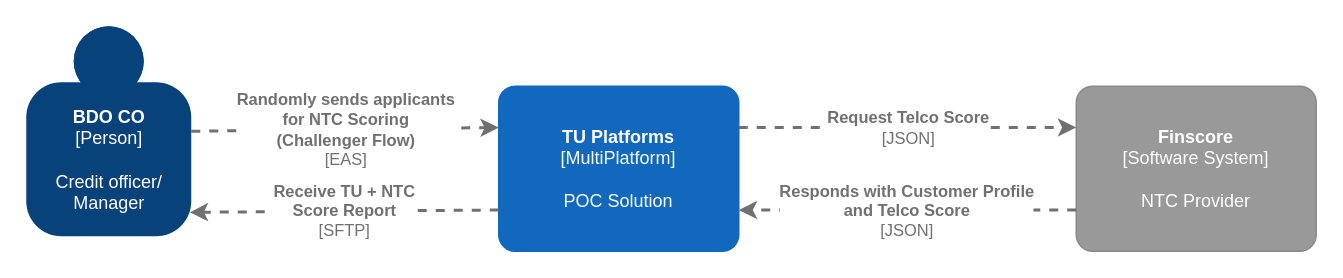
Earlier version of the draw.io diagram page "Context Diagram" (1 of 2) of BDO-NTC-EAS.drawio (howardleev/c4-draw.io). Source tidied: cells renumbered, new cells numbered last; positions are measured from the earlier drawing's top-left corner, leaving out a move shared by most shapes. Both pictures are drawn from the tidied source at 150%, with x=0, y=0 at pixel (26, 26).
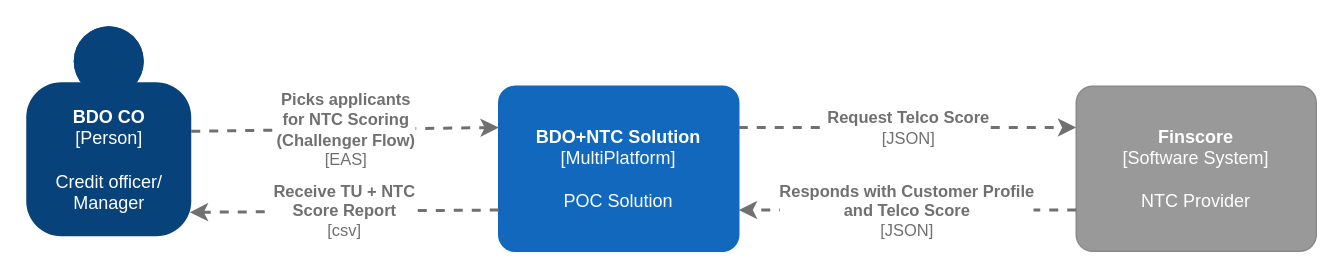
The same page after the edit.

Diff of the diagram source:
```diff
@@
 <mxGraphModel>
   <root>
     <mxCell id="0" />
     <mxCell id="1" parent="0" />
     <object id="2" label="&lt;b&gt;%c4Name%&lt;/b&gt;&lt;div&gt;[%c4Type%]&lt;/div&gt;&lt;br&gt;&lt;div&gt;%c4Description%&lt;/div&gt;" c4Description="Credit officer/&#10;Manager" c4Name="BDO CO" c4Type="Person" placeholders="1">
       <mxCell style="html=1;dashed=0;whitespace=wrap;fillColor=#08427b;strokeColor=none;fontColor=#ffffff;shape=mxgraph.c4.person;align=center;points=[[0.5,0,0],[1,0.5,0],[1,0.75,0],[0.75,1,0],[0.5,1,0],[0.25,1,0],[0,0.75,0],[0,0.5,0]];metaData={&quot;c4Type&quot;:{&quot;editable&quot;:false}};direction=east;" parent="1" vertex="1">
         <mxGeometry width="110" height="140" as="geometry" />
       </mxCell>
     </object>
-    <object id="3" label="&lt;b&gt;%c4Name%&lt;/b&gt;&lt;div&gt;[%c4Type%]&lt;/div&gt;&lt;br&gt;&lt;div&gt;%c4Description%&lt;/div&gt;" c4Description="POC Solution " c4Name="TU Platforms" c4Type="MultiPlatform" placeholders="1">
+    <object id="3" label="&lt;b&gt;%c4Name%&lt;/b&gt;&lt;div&gt;[%c4Type%]&lt;/div&gt;&lt;br&gt;&lt;div&gt;%c4Description%&lt;/div&gt;" c4Description="POC Solution " c4Name="BDO+NTC Solution" c4Type="MultiPlatform" placeholders="1">
       <mxCell style="rounded=1;whiteSpace=wrap;html=1;labelBackgroundColor=none;fillColor=#1168BD;fontColor=#ffffff;align=center;arcSize=10;strokeColor=#1168BD;metaData={&quot;c4Type&quot;:{&quot;editable&quot;:false}};points=[[0.25,0,0],[0.5,0,0],[0.75,0,0],[1,0.25,0],[1,0.5,0],[1,0.75,0],[0.75,1,0],[0.5,1,0],[0.25,1,0],[0,0.75,0],[0,0.5,0],[0,0.25,0]];" parent="1" vertex="1">
         <mxGeometry x="315" y="40" width="160" height="110" as="geometry" />
       </mxCell>
     </object>
-    <object id="4" label="&lt;div style=&quot;text-align: left&quot;&gt;&lt;div style=&quot;text-align: center&quot;&gt;&lt;b&gt;%c4Description%&lt;/b&gt;&lt;/div&gt;&lt;div style=&quot;text-align: center&quot;&gt;[%c4Technology%]&lt;/div&gt;&lt;/div&gt;" c4Description="Randomly sends applicants&#10;for NTC Scoring&#10;(Challenger Flow)" c4Technology="EAS" placeholders="1">
+    <object id="4" label="&lt;div style=&quot;text-align: left&quot;&gt;&lt;div style=&quot;text-align: center&quot;&gt;&lt;b&gt;%c4Description%&lt;/b&gt;&lt;/div&gt;&lt;div style=&quot;text-align: center&quot;&gt;[%c4Technology%]&lt;/div&gt;&lt;/div&gt;" c4Description="Picks applicants&#10;for NTC Scoring&#10;(Challenger Flow)" c4Technology="EAS" placeholders="1">
       <mxCell style="edgeStyle=none;rounded=0;html=1;jettySize=auto;strokeColor=#707070;strokeWidth=2;fontColor=#707070;jumpStyle=none;dashed=1;metaData={&quot;c4Type&quot;:{&quot;editable&quot;:false}};entryX=0;entryY=0.25;entryDx=0;entryDy=0;entryPerimeter=0;exitX=1;exitY=0.5;exitDx=0;exitDy=0;exitPerimeter=0;" parent="1" edge="1" source="2" target="3">
         <mxGeometry relative="1" as="geometry" />
       </mxCell>
     </object>
     <object id="5" label="&lt;b&gt;%c4Name%&lt;/b&gt;&lt;div&gt;[%c4Type%]&lt;/div&gt;&lt;br&gt;&lt;div&gt;%c4Description%&lt;/div&gt;" c4Description="NTC Provider" c4Name="Finscore" c4Type="Software System" placeholders="1">
       <mxCell style="rounded=1;whiteSpace=wrap;html=1;labelBackgroundColor=none;fillColor=#999999;fontColor=#ffffff;align=center;arcSize=10;strokeColor=#8A8A8A;metaData={&quot;c4Type&quot;:{&quot;editable&quot;:false}};points=[[0.25,0,0],[0.5,0,0],[0.75,0,0],[1,0.25,0],[1,0.5,0],[1,0.75,0],[0.75,1,0],[0.5,1,0],[0.25,1,0],[0,0.75,0],[0,0.5,0],[0,0.25,0]];" parent="1" vertex="1">
         <mxGeometry x="700" y="40" width="160" height="110" as="geometry" />
       </mxCell>
     </object>
     <object id="6" label="&lt;div style=&quot;text-align: left&quot;&gt;&lt;div style=&quot;text-align: center&quot;&gt;&lt;b&gt;%c4Description%&lt;/b&gt;&lt;/div&gt;&lt;div style=&quot;text-align: center&quot;&gt;[%c4Technology%]&lt;/div&gt;&lt;/div&gt;" c4Description="Request Telco Score" c4Technology="JSON" placeholders="1">
       <mxCell style="edgeStyle=none;rounded=0;html=1;entryX=0;entryY=0.25;jettySize=auto;strokeColor=#707070;strokeWidth=2;fontColor=#707070;jumpStyle=none;dashed=1;metaData={&quot;c4Type&quot;:{&quot;editable&quot;:false}};exitX=1;exitY=0.25;exitDx=0;exitDy=0;exitPerimeter=0;entryDx=0;entryDy=0;entryPerimeter=0;" parent="1" edge="1" source="3" target="5">
         <mxGeometry relative="1" as="geometry" />
       </mxCell>
     </object>
     <object id="7" label="&lt;div style=&quot;text-align: left&quot;&gt;&lt;div style=&quot;text-align: center&quot;&gt;&lt;b&gt;%c4Description%&lt;/b&gt;&lt;/div&gt;&lt;div style=&quot;text-align: center&quot;&gt;[%c4Technology%]&lt;/div&gt;&lt;/div&gt;" c4Description="Responds with Customer Profile&#10;and Telco Score" c4Technology="JSON" placeholders="1">
       <mxCell style="edgeStyle=none;rounded=0;html=1;entryX=1;entryY=0.75;jettySize=auto;strokeColor=#707070;strokeWidth=2;fontColor=#707070;jumpStyle=none;dashed=1;metaData={&quot;c4Type&quot;:{&quot;editable&quot;:false}};entryDx=0;entryDy=0;entryPerimeter=0;exitX=0;exitY=0.75;exitDx=0;exitDy=0;exitPerimeter=0;" parent="1" edge="1" source="5" target="3">
         <mxGeometry relative="1" as="geometry" />
       </mxCell>
     </object>
-    <object id="8" label="&lt;div style=&quot;text-align: left&quot;&gt;&lt;div style=&quot;text-align: center&quot;&gt;&lt;b&gt;%c4Description%&lt;/b&gt;&lt;/div&gt;&lt;div style=&quot;text-align: center&quot;&gt;[%c4Technology%]&lt;/div&gt;&lt;/div&gt;" c4Description="Receive TU + NTC &#10;Score Report" c4Technology="SFTP" placeholders="1">
+    <object id="8" label="&lt;div style=&quot;text-align: left&quot;&gt;&lt;div style=&quot;text-align: center&quot;&gt;&lt;b&gt;%c4Description%&lt;/b&gt;&lt;/div&gt;&lt;div style=&quot;text-align: center&quot;&gt;[%c4Technology%]&lt;/div&gt;&lt;/div&gt;" c4Description="Receive TU + NTC &#10;Score Report" c4Technology="csv" placeholders="1">
       <mxCell style="edgeStyle=none;rounded=0;html=1;jettySize=auto;strokeColor=#707070;strokeWidth=2;fontColor=#707070;jumpStyle=none;dashed=1;metaData={&quot;c4Type&quot;:{&quot;editable&quot;:false}};exitX=0;exitY=0.75;exitDx=0;exitDy=0;exitPerimeter=0;entryX=0.991;entryY=0.886;entryDx=0;entryDy=0;entryPerimeter=0;" parent="1" edge="1" source="3" target="2">
         <mxGeometry relative="1" as="geometry" />
       </mxCell>
     </object>
   </root>
 </mxGraphModel>
```
